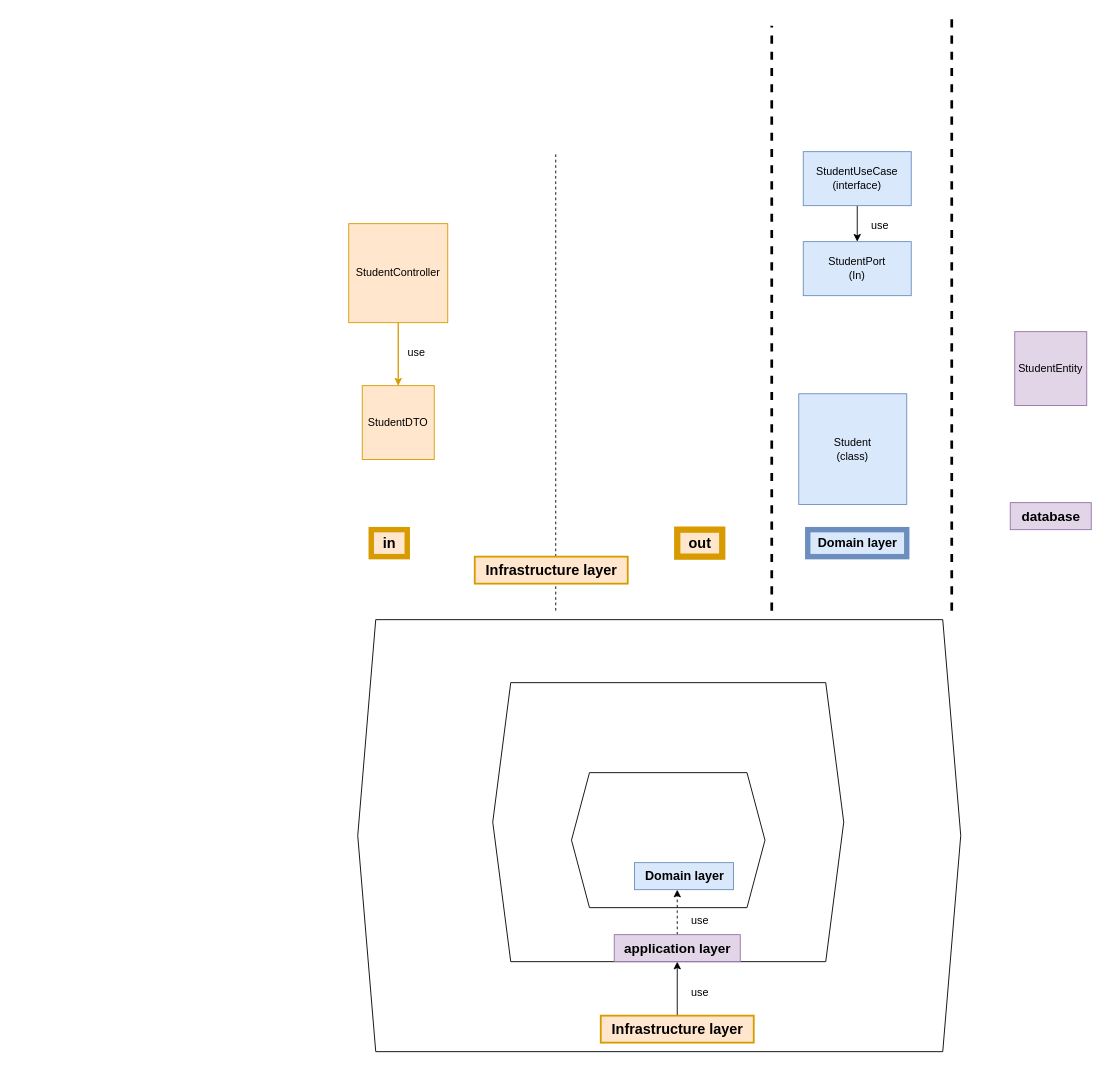
This is hexagonal-architecure/my-poc-hexagonal/Diagram-hexagonal.drawio from amirensit/pocs, a draw.io file, before an edit. Source tidied: cells renumbered, new cells numbered last; positions are measured from the earlier drawing's top-left corner, leaving out a move shared by most shapes. Both pictures are drawn from the tidied source at 90%, with x=0, y=0 at pixel (348, 16).
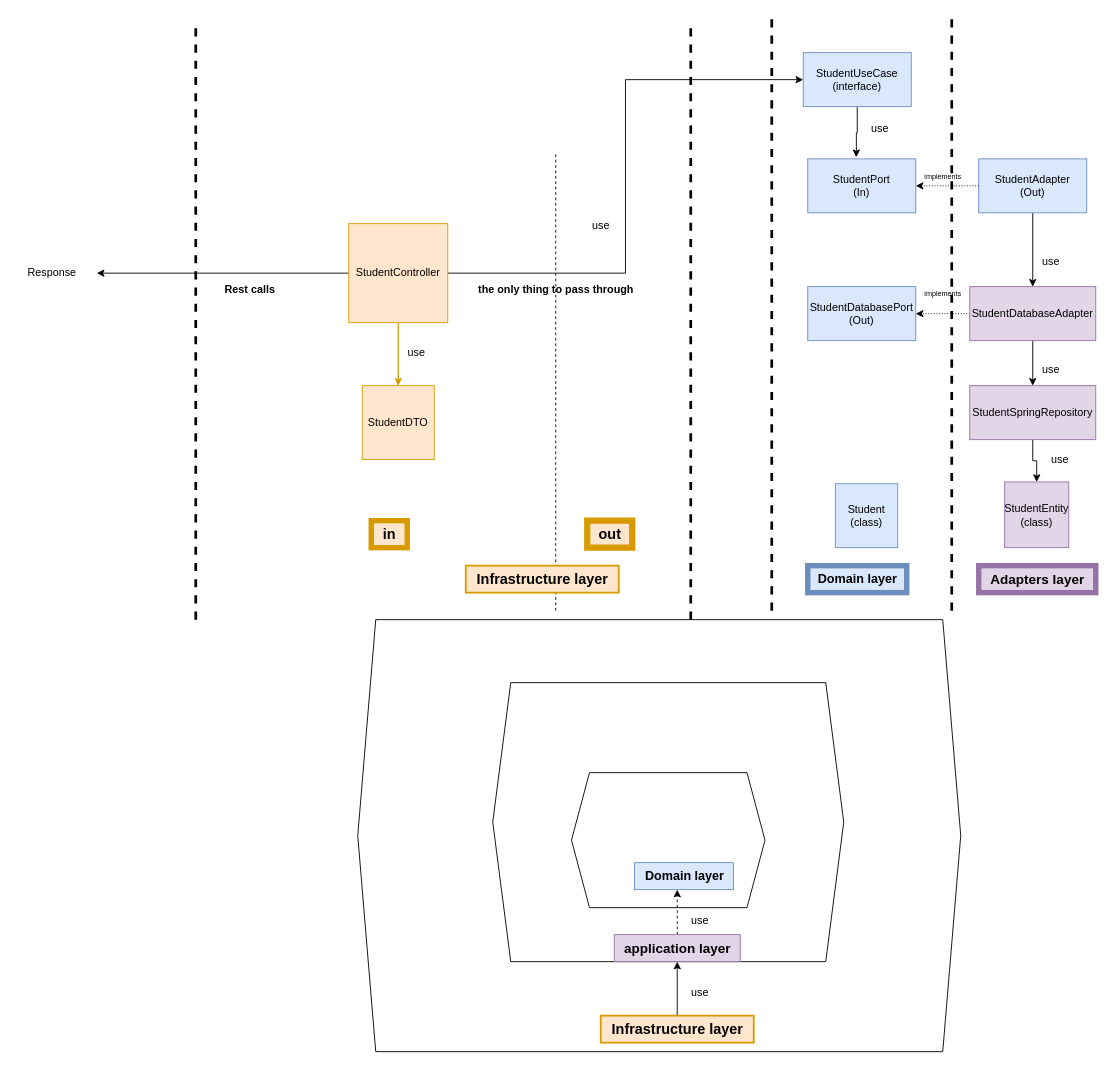
Above is the later version.

Commit message (it also covers changes not shown here):
my-hexagonal-poc: work on diagram.io workflow

Unchanged cells that the change refers to:
```xml
<mxCell id="13" value="StudentController" style="whiteSpace=wrap;html=1;fillColor=#ffe6cc;strokeColor=#d79b00;" parent="1" vertex="1">
  <mxGeometry y="230" width="110" height="110" as="geometry" />
</mxCell>
```

What changed in the source:
```diff
@@
     <mxCell id="7" value="Student&lt;br&gt;(class)" style="whiteSpace=wrap;html=1;fillColor=#dae8fc;strokeColor=#6c8ebf;" parent="1" vertex="1">
-      <mxGeometry x="500" y="419" width="120" height="123" as="geometry" />
+      <mxGeometry x="540.7" y="519" width="69.3" height="71" as="geometry" />
     </mxCell>
-    <mxCell id="8" value="StudentEntity" style="whiteSpace=wrap;html=1;fillColor=#e1d5e7;strokeColor=#9673a6;" parent="1" vertex="1">
-      <mxGeometry x="740" y="350" width="80" height="82" as="geometry" />
-    </mxCell>
     <mxCell id="9" style="endArrow=none;dashed=1;html=1;rounded=0;strokeWidth=3;" parent="1" edge="1">
       <mxGeometry relative="1" as="geometry">
         <mxPoint x="470" y="660" as="sourcePoint" />
-        <mxPoint x="470" y="10" as="targetPoint" />
+        <mxPoint x="470" as="targetPoint" />
       </mxGeometry>
     </mxCell>
@@
-    <mxCell id="11" value="&lt;font size=&quot;1&quot; style=&quot;&quot;&gt;&lt;b style=&quot;font-size: 15px;&quot;&gt;database&lt;/b&gt;&lt;/font&gt;" style="text;html=1;align=center;verticalAlign=middle;strokeColor=#9673a6;fillColor=#e1d5e7;" parent="1" vertex="1">
-      <mxGeometry x="735" y="540" width="90" height="30" as="geometry" />
+    <mxCell id="11" value="&lt;font size=&quot;1&quot; style=&quot;&quot;&gt;&lt;b style=&quot;font-size: 15px;&quot;&gt;Adapters layer&lt;/b&gt;&lt;/font&gt;" style="text;html=1;align=center;verticalAlign=middle;strokeColor=#9673a6;fillColor=#e1d5e7;strokeWidth=6;" parent="1" vertex="1">
+      <mxGeometry x="700" y="610" width="130" height="30" as="geometry" />
     </mxCell>
@@
+    <mxCell id="31" style="edgeStyle=orthogonalEdgeStyle;rounded=0;jettySize=auto;html=1;entryX=0;entryY=0.5;entryDx=0;entryDy=0;" parent="1" edge="1" source="13" target="28">
+      <mxGeometry relative="1" as="geometry" />
+    </mxCell>
+    <mxCell id="32" style="edgeStyle=orthogonalEdgeStyle;rounded=0;jettySize=auto;html=1;" parent="1" edge="1" source="13">
+      <mxGeometry relative="1" as="geometry">
+        <mxPoint x="-280" y="285" as="targetPoint" />
+      </mxGeometry>
+    </mxCell>
@@
     <mxCell id="15" value="&lt;b&gt;&lt;font style=&quot;font-size: 14px;&quot;&gt;Domain layer&lt;/font&gt;&lt;/b&gt;" style="text;html=1;align=center;verticalAlign=middle;strokeColor=#6c8ebf;fillColor=#dae8fc;strokeWidth=6;" parent="1" vertex="1">
-      <mxGeometry x="510" y="570" width="110" height="30" as="geometry" />
+      <mxGeometry x="510" y="610" width="110" height="30" as="geometry" />
     </mxCell>
@@
     <mxCell id="24" value="&lt;font style=&quot;font-size: 16px;&quot;&gt;&lt;b&gt;in&lt;br&gt;&lt;/b&gt;&lt;/font&gt;" style="text;html=1;align=center;verticalAlign=middle;strokeColor=#d79b00;fillColor=#ffe6cc;strokeWidth=6;" parent="1" vertex="1">
-      <mxGeometry x="25" y="570" width="40" height="30" as="geometry" />
+      <mxGeometry x="25" y="560" width="40" height="30" as="geometry" />
     </mxCell>
     <mxCell id="25" value="&lt;font style=&quot;font-size: 16px;&quot;&gt;&lt;b&gt;out&lt;br&gt;&lt;/b&gt;&lt;/font&gt;" style="text;html=1;align=center;verticalAlign=middle;strokeColor=#d79b00;fillColor=#ffe6cc;strokeWidth=7;" parent="1" vertex="1">
-      <mxGeometry x="365" y="570" width="50" height="30" as="geometry" />
+      <mxGeometry x="265" y="560" width="50" height="30" as="geometry" />
     </mxCell>
     <mxCell id="26" value="&lt;font style=&quot;font-size: 16px;&quot;&gt;&lt;b&gt;Infrastructure layer&lt;br&gt;&lt;/b&gt;&lt;/font&gt;" style="text;html=1;align=center;verticalAlign=middle;strokeColor=#d79b00;fillColor=#ffe6cc;strokeWidth=2;" parent="1" vertex="1">
-      <mxGeometry x="140" y="600" width="170" height="30" as="geometry" />
+      <mxGeometry x="130" y="610" width="170" height="30" as="geometry" />
     </mxCell>
-    <mxCell id="27" style="edgeStyle=orthogonalEdgeStyle;rounded=0;jettySize=auto;html=1;" parent="1" edge="1" source="28" target="29">
+    <mxCell id="27" style="edgeStyle=orthogonalEdgeStyle;rounded=0;jettySize=auto;html=1;entryX=0.45;entryY=-0.031;entryDx=0;entryDy=0;entryPerimeter=0;exitX=0.5;exitY=1;exitDx=0;exitDy=0;" parent="1" edge="1" source="28" target="29">
       <mxGeometry relative="1" as="geometry" />
     </mxCell>
     <mxCell id="28" value="StudentUseCase&lt;br&gt;(interface)" style="rounded=0;whiteSpace=wrap;html=1;fillColor=#dae8fc;strokeColor=#6c8ebf;" parent="1" vertex="1">
-      <mxGeometry x="505" y="150" width="120" height="60" as="geometry" />
+      <mxGeometry x="505" y="40" width="120" height="60" as="geometry" />
     </mxCell>
     <mxCell id="29" value="StudentPort&lt;br&gt;(In)" style="rounded=0;whiteSpace=wrap;html=1;fillColor=#dae8fc;strokeColor=#6c8ebf;" parent="1" vertex="1">
-      <mxGeometry x="505" y="250" width="120" height="60" as="geometry" />
+      <mxGeometry x="510" y="158" width="120" height="60" as="geometry" />
     </mxCell>
     <mxCell id="30" value="use" style="text;html=1;align=center;verticalAlign=middle;strokeColor=none;fillColor=none;" parent="1" vertex="1">
-      <mxGeometry x="570" y="218" width="40" height="30" as="geometry" />
+      <mxGeometry x="570" y="110" width="40" height="30" as="geometry" />
     </mxCell>
+    <mxCell id="33" value="StudentDatabasePort&lt;br&gt;(Out)" style="whiteSpace=wrap;html=1;fillColor=#dae8fc;strokeColor=#6c8ebf;" parent="1" vertex="1">
+      <mxGeometry x="510" y="300" width="120" height="60" as="geometry" />
+    </mxCell>
+    <mxCell id="34" value="use" style="text;html=1;align=center;verticalAlign=middle;strokeColor=none;fillColor=none;" parent="1" vertex="1">
+      <mxGeometry x="260" y="218" width="40" height="30" as="geometry" />
+    </mxCell>
+    <mxCell id="35" value="&lt;b&gt;the only thing to pass through&lt;/b&gt;" style="text;html=1;align=center;verticalAlign=middle;strokeColor=none;fillColor=none;" parent="1" vertex="1">
+      <mxGeometry x="130" y="288" width="200" height="30" as="geometry" />
+    </mxCell>
+    <mxCell id="36" style="endArrow=none;dashed=1;html=1;rounded=0;strokeWidth=3;" parent="1" edge="1">
+      <mxGeometry relative="1" as="geometry">
+        <mxPoint x="-170" y="670" as="sourcePoint" />
+        <mxPoint x="-170" y="10" as="targetPoint" />
+      </mxGeometry>
+    </mxCell>
+    <mxCell id="37" value="&lt;b&gt;Rest calls&lt;/b&gt;" style="text;html=1;align=center;verticalAlign=middle;strokeColor=none;fillColor=none;" parent="1" vertex="1">
+      <mxGeometry x="-150" y="288" width="80" height="30" as="geometry" />
+    </mxCell>
+    <mxCell id="38" value="Response" style="text;html=1;align=center;verticalAlign=middle;strokeColor=none;fillColor=none;" parent="1" vertex="1">
+      <mxGeometry x="-370" y="270" width="80" height="30" as="geometry" />
+    </mxCell>
+    <mxCell id="39" style="endArrow=none;dashed=1;html=1;rounded=0;strokeWidth=3;" parent="1" edge="1">
+      <mxGeometry relative="1" as="geometry">
+        <mxPoint x="380" y="670" as="sourcePoint" />
+        <mxPoint x="380" y="10" as="targetPoint" />
+      </mxGeometry>
+    </mxCell>
+    <mxCell id="40" value="StudentEntity&lt;br&gt;(class)" style="whiteSpace=wrap;html=1;fillColor=#e1d5e7;strokeColor=#9673a6;" parent="1" vertex="1">
+      <mxGeometry x="728.8" y="517" width="71.2" height="73" as="geometry" />
+    </mxCell>
+    <mxCell id="41" style="edgeStyle=orthogonalEdgeStyle;rounded=0;jettySize=auto;html=1;" parent="1" edge="1" source="42" target="40">
+      <mxGeometry relative="1" as="geometry" />
+    </mxCell>
+    <mxCell id="42" value="StudentSpringRepository" style="whiteSpace=wrap;html=1;fillColor=#e1d5e7;strokeColor=#9673a6;" parent="1" vertex="1">
+      <mxGeometry x="690" y="410" width="140" height="60" as="geometry" />
+    </mxCell>
+    <mxCell id="43" style="edgeStyle=orthogonalEdgeStyle;rounded=0;jettySize=auto;html=1;dashed=1;dashPattern=1 2;" parent="1" edge="1" source="45" target="33">
+      <mxGeometry relative="1" as="geometry" />
+    </mxCell>
+    <mxCell id="44" style="edgeStyle=orthogonalEdgeStyle;rounded=0;jettySize=auto;html=1;" parent="1" edge="1" source="45" target="42">
+      <mxGeometry relative="1" as="geometry" />
+    </mxCell>
+    <mxCell id="45" value="StudentDatabaseAdapter" style="whiteSpace=wrap;html=1;fillColor=#e1d5e7;strokeColor=#9673a6;" parent="1" vertex="1">
+      <mxGeometry x="690" y="300" width="140" height="60" as="geometry" />
+    </mxCell>
+    <mxCell id="46" value="use" style="text;html=1;align=center;verticalAlign=middle;strokeColor=none;fillColor=none;" parent="1" vertex="1">
+      <mxGeometry x="760" y="258" width="40" height="30" as="geometry" />
+    </mxCell>
+    <mxCell id="47" style="edgeStyle=orthogonalEdgeStyle;rounded=0;jettySize=auto;html=1;" parent="1" edge="1" source="48" target="45">
+      <mxGeometry relative="1" as="geometry" />
+    </mxCell>
+    <mxCell id="48" value="StudentAdapter&lt;br&gt;(Out)" style="rounded=0;whiteSpace=wrap;html=1;fillColor=#dae8fc;strokeColor=#6c8ebf;" parent="1" vertex="1">
+      <mxGeometry x="700" y="158" width="120" height="60" as="geometry" />
+    </mxCell>
+    <mxCell id="49" style="edgeStyle=orthogonalEdgeStyle;rounded=0;jettySize=auto;html=1;dashed=1;dashPattern=1 2;exitX=0;exitY=0.5;exitDx=0;exitDy=0;" parent="1" edge="1" source="48" target="29">
+      <mxGeometry relative="1" as="geometry" />
+    </mxCell>
+    <mxCell id="50" value="&lt;p style=&quot;line-height: 90%; font-size: 8px;&quot;&gt;implements&lt;/p&gt;" style="text;html=1;align=center;verticalAlign=middle;strokeColor=none;fillColor=none;" parent="1" vertex="1">
+      <mxGeometry x="630" y="288" width="60" height="40" as="geometry" />
+    </mxCell>
+    <mxCell id="51" value="use" style="text;html=1;align=center;verticalAlign=middle;strokeColor=none;fillColor=none;" parent="1" vertex="1">
+      <mxGeometry x="760" y="378" width="40" height="30" as="geometry" />
+    </mxCell>
+    <mxCell id="52" value="&lt;p style=&quot;line-height: 90%; font-size: 8px;&quot;&gt;implements&lt;/p&gt;" style="text;html=1;align=center;verticalAlign=middle;strokeColor=none;fillColor=none;" parent="1" vertex="1">
+      <mxGeometry x="630" y="158" width="60" height="40" as="geometry" />
+    </mxCell>
+    <mxCell id="53" value="use" style="text;html=1;align=center;verticalAlign=middle;strokeColor=none;fillColor=none;" parent="1" vertex="1">
+      <mxGeometry x="770" y="478" width="40" height="30" as="geometry" />
+    </mxCell>
```
